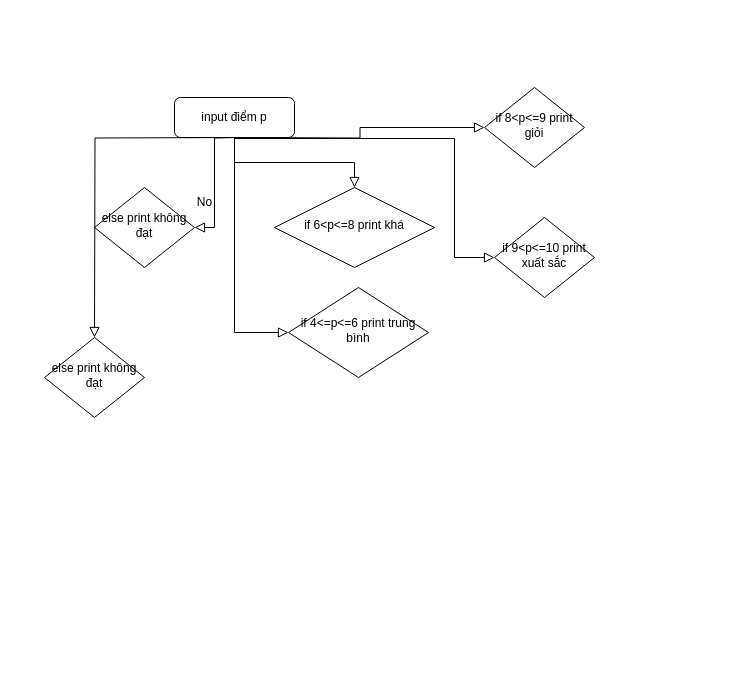
The draw.io diagram bt5.drawio in QuangHuy2006/session-1-C, before the edit. Source tidied: cells renumbered, new cells numbered last; positions are measured from the earlier drawing's top-left corner, leaving out a move shared by most shapes. Both pictures are drawn from the tidied source at 100%, with x=0, y=0 at pixel (44, 87).
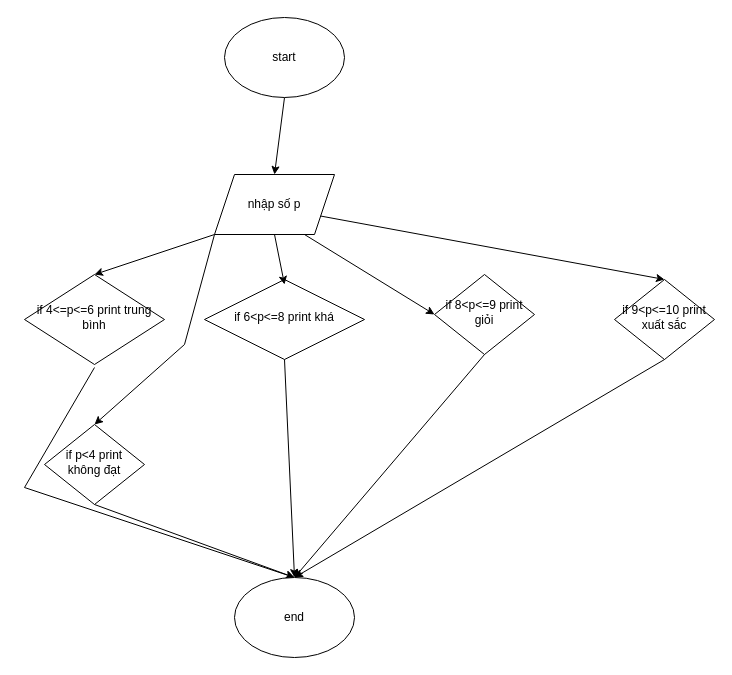
Above is the later version.

Commit message:
Cập nhật bt5.drawio

What changed in the source:
```diff
@@
-    <mxCell id="2" style="rounded=0;html=1;jettySize=auto;fontSize=11;endArrow=block;endFill=0;endSize=8;strokeWidth=1;shadow=0;labelBackgroundColor=none;edgeStyle=orthogonalEdgeStyle;" parent="1" edge="1" source="3" target="4">
-      <mxGeometry relative="1" as="geometry" />
-    </mxCell>
-    <mxCell id="3" value="input điểm p" style="rounded=1;whiteSpace=wrap;html=1;fontSize=12;glass=0;strokeWidth=1;shadow=0;" parent="1" vertex="1">
-      <mxGeometry x="130" y="10" width="120" height="40" as="geometry" />
-    </mxCell>
     <mxCell id="4" value="if 6&amp;lt;p&amp;lt;=8 print khá" style="rhombus;whiteSpace=wrap;html=1;shadow=0;fontFamily=Helvetica;fontSize=12;align=center;strokeWidth=1;spacing=6;spacingTop=-4;" parent="1" vertex="1">
-      <mxGeometry x="230" y="100" width="160" height="80" as="geometry" />
+      <mxGeometry x="160" y="192" width="160" height="80" as="geometry" />
     </mxCell>
     <mxCell id="5" value="if 4&amp;lt;=p&amp;lt;=6 print trung bình" style="rhombus;whiteSpace=wrap;html=1;shadow=0;fontFamily=Helvetica;fontSize=12;align=center;strokeWidth=1;spacing=6;spacingTop=-4;" parent="1" vertex="1">
-      <mxGeometry x="244" y="200" width="140" height="90" as="geometry" />
+      <mxGeometry x="-20" y="187" width="140" height="90" as="geometry" />
     </mxCell>
-    <mxCell id="6" value="else print không đạt" style="rhombus;whiteSpace=wrap;html=1;shadow=0;fontFamily=Helvetica;fontSize=12;align=center;strokeWidth=1;spacing=6;spacingTop=-4;" parent="1" vertex="1">
-      <mxGeometry x="50" y="100" width="100" height="80" as="geometry" />
-    </mxCell>
-    <mxCell id="7" style="rounded=0;html=1;jettySize=auto;fontSize=11;endArrow=block;endFill=0;endSize=8;strokeWidth=1;shadow=0;labelBackgroundColor=none;edgeStyle=orthogonalEdgeStyle;exitX=0.5;exitY=1;exitDx=0;exitDy=0;entryX=0;entryY=0.5;entryDx=0;entryDy=0;" parent="1" edge="1" source="3" target="5">
-      <mxGeometry relative="1" as="geometry">
-        <Array as="points">
-          <mxPoint x="190" y="245" />
-        </Array>
-      </mxGeometry>
-    </mxCell>
-    <mxCell id="8" style="rounded=0;html=1;jettySize=auto;fontSize=11;endArrow=block;endFill=0;endSize=8;strokeWidth=1;shadow=0;labelBackgroundColor=none;edgeStyle=orthogonalEdgeStyle;entryX=1;entryY=0.5;entryDx=0;entryDy=0;" parent="1" edge="1" target="6">
-      <mxGeometry relative="1" as="geometry">
-        <mxPoint x="190" y="50" as="sourcePoint" />
-      </mxGeometry>
-    </mxCell>
-    <mxCell id="9" value="No" style="text;html=1;align=center;verticalAlign=middle;strokeColor=none;fillColor=none;" parent="1" vertex="1">
-      <mxGeometry x="140" y="100" width="40" height="30" as="geometry" />
-    </mxCell>
-    <mxCell id="10" style="rounded=0;html=1;jettySize=auto;orthogonalLoop=1;fontSize=11;endArrow=block;endFill=0;endSize=8;strokeWidth=1;shadow=0;labelBackgroundColor=none;edgeStyle=orthogonalEdgeStyle;" parent="1" edge="1">
-      <mxGeometry relative="1" as="geometry">
-        <mxPoint x="190" y="50" as="sourcePoint" />
-        <mxPoint x="50" y="250" as="targetPoint" />
-      </mxGeometry>
-    </mxCell>
-    <mxCell id="11" value="else print không đạt" style="rhombus;whiteSpace=wrap;html=1;shadow=0;fontFamily=Helvetica;fontSize=12;align=center;strokeWidth=1;spacing=6;spacingTop=-4;" parent="1" vertex="1">
-      <mxGeometry y="250" width="100" height="80" as="geometry" />
+    <mxCell id="11" value="if p&amp;lt;4 print không đạt" style="rhombus;whiteSpace=wrap;html=1;shadow=0;fontFamily=Helvetica;fontSize=12;align=center;strokeWidth=1;spacing=6;spacingTop=-4;" parent="1" vertex="1">
+      <mxGeometry y="337" width="100" height="80" as="geometry" />
     </mxCell>
     <mxCell id="12" value="if 8&amp;lt;p&amp;lt;=9 print giỏi" style="rhombus;whiteSpace=wrap;html=1;shadow=0;fontFamily=Helvetica;fontSize=12;align=center;strokeWidth=1;spacing=6;spacingTop=-4;" parent="1" vertex="1">
-      <mxGeometry x="440" width="100" height="80" as="geometry" />
+      <mxGeometry x="390" y="187" width="100" height="80" as="geometry" />
     </mxCell>
     <mxCell id="13" value="if 9&amp;lt;p&amp;lt;=10 print xuất sắc" style="rhombus;whiteSpace=wrap;html=1;shadow=0;fontFamily=Helvetica;fontSize=12;align=center;strokeWidth=1;spacing=6;spacingTop=-4;" parent="1" vertex="1">
-      <mxGeometry x="450" y="130" width="100" height="80" as="geometry" />
+      <mxGeometry x="570" y="192" width="100" height="80" as="geometry" />
     </mxCell>
-    <mxCell id="14" style="rounded=0;html=1;jettySize=auto;fontSize=11;endArrow=block;endFill=0;endSize=8;strokeWidth=1;shadow=0;labelBackgroundColor=none;edgeStyle=orthogonalEdgeStyle;entryX=0;entryY=0.5;entryDx=0;entryDy=0;" parent="1" edge="1" target="13">
-      <mxGeometry relative="1" as="geometry">
-        <mxPoint x="190" y="50" as="sourcePoint" />
-        <Array as="points">
-          <mxPoint x="190" y="51" />
-          <mxPoint x="410" y="51" />
-          <mxPoint x="410" y="170" />
-        </Array>
-      </mxGeometry>
-    </mxCell>
-    <mxCell id="15" style="rounded=0;html=1;jettySize=auto;fontSize=11;endArrow=block;endFill=0;endSize=8;strokeWidth=1;shadow=0;labelBackgroundColor=none;edgeStyle=orthogonalEdgeStyle;entryX=0;entryY=0.5;entryDx=0;entryDy=0;" parent="1" edge="1" target="12">
-      <mxGeometry relative="1" as="geometry">
-        <mxPoint x="190" y="50" as="sourcePoint" />
-      </mxGeometry>
-    </mxCell>
+    <mxCell id="16" value="nhập số p" style="shape=parallelogram;perimeter=parallelogramPerimeter;whiteSpace=wrap;html=1;fixedSize=1;" parent="1" vertex="1">
+      <mxGeometry x="170" y="87" width="120" height="60" as="geometry" />
+    </mxCell>
+    <mxCell id="17" style="endArrow=classic;html=1;rounded=0;exitX=0.5;exitY=1;exitDx=0;exitDy=0;" parent="1" edge="1" source="16">
+      <mxGeometry relative="1" as="geometry">
+        <mxPoint x="240" y="197" as="targetPoint" />
+      </mxGeometry>
+    </mxCell>
+    <mxCell id="18" style="endArrow=classic;html=1;rounded=0;exitX=0.75;exitY=1;exitDx=0;exitDy=0;entryX=0;entryY=0.5;entryDx=0;entryDy=0;" parent="1" edge="1" source="16" target="12">
+      <mxGeometry relative="1" as="geometry" />
+    </mxCell>
+    <mxCell id="19" style="endArrow=classic;html=1;rounded=0;exitX=0;exitY=1;exitDx=0;exitDy=0;entryX=0.5;entryY=0;entryDx=0;entryDy=0;" parent="1" edge="1" source="16" target="5">
+      <mxGeometry relative="1" as="geometry" />
+    </mxCell>
+    <mxCell id="20" style="endArrow=classic;html=1;rounded=0;exitX=1;exitY=0.75;exitDx=0;exitDy=0;entryX=0.5;entryY=0;entryDx=0;entryDy=0;" parent="1" edge="1" source="16" target="13">
+      <mxGeometry relative="1" as="geometry" />
+    </mxCell>
+    <mxCell id="21" style="endArrow=classic;html=1;rounded=0;entryX=0.5;entryY=0;entryDx=0;entryDy=0;exitX=0;exitY=1;exitDx=0;exitDy=0;" parent="1" edge="1" source="16" target="11">
+      <mxGeometry relative="1" as="geometry">
+        <Array as="points">
+          <mxPoint x="140" y="257" />
+        </Array>
+      </mxGeometry>
+    </mxCell>
+    <mxCell id="22" style="endArrow=classic;html=1;rounded=0;exitX=0.5;exitY=1;exitDx=0;exitDy=0;entryX=0.5;entryY=0;entryDx=0;entryDy=0;" parent="1" edge="1" source="23" target="16">
+      <mxGeometry relative="1" as="geometry" />
+    </mxCell>
+    <mxCell id="23" value="start" style="ellipse;whiteSpace=wrap;html=1;" parent="1" vertex="1">
+      <mxGeometry x="180" y="-70" width="120" height="80" as="geometry" />
+    </mxCell>
+    <mxCell id="24" style="endArrow=classic;html=1;rounded=0;exitX=0.5;exitY=1;exitDx=0;exitDy=0;" parent="1" edge="1" source="11">
+      <mxGeometry relative="1" as="geometry">
+        <mxPoint x="250" y="490" as="targetPoint" />
+      </mxGeometry>
+    </mxCell>
+    <mxCell id="25" style="endArrow=classic;html=1;rounded=0;exitX=0.5;exitY=1;exitDx=0;exitDy=0;" parent="1" edge="1" source="4">
+      <mxGeometry relative="1" as="geometry">
+        <mxPoint x="250" y="490" as="targetPoint" />
+      </mxGeometry>
+    </mxCell>
+    <mxCell id="26" style="endArrow=classic;html=1;rounded=0;" parent="1" edge="1">
+      <mxGeometry relative="1" as="geometry">
+        <mxPoint x="50" y="280" as="sourcePoint" />
+        <mxPoint x="250" y="490" as="targetPoint" />
+        <Array as="points">
+          <mxPoint x="-20" y="400" />
+        </Array>
+      </mxGeometry>
+    </mxCell>
+    <mxCell id="27" style="endArrow=classic;html=1;rounded=0;exitX=0.5;exitY=1;exitDx=0;exitDy=0;" parent="1" edge="1" source="12">
+      <mxGeometry relative="1" as="geometry">
+        <mxPoint x="250" y="490" as="targetPoint" />
+      </mxGeometry>
+    </mxCell>
+    <mxCell id="28" style="endArrow=classic;html=1;rounded=0;exitX=0.5;exitY=1;exitDx=0;exitDy=0;" parent="1" edge="1" source="13">
+      <mxGeometry relative="1" as="geometry">
+        <mxPoint x="250" y="490" as="targetPoint" />
+      </mxGeometry>
+    </mxCell>
+    <mxCell id="29" value="end" style="ellipse;whiteSpace=wrap;html=1;" parent="1" vertex="1">
+      <mxGeometry x="190" y="490" width="120" height="80" as="geometry" />
+    </mxCell>
```
